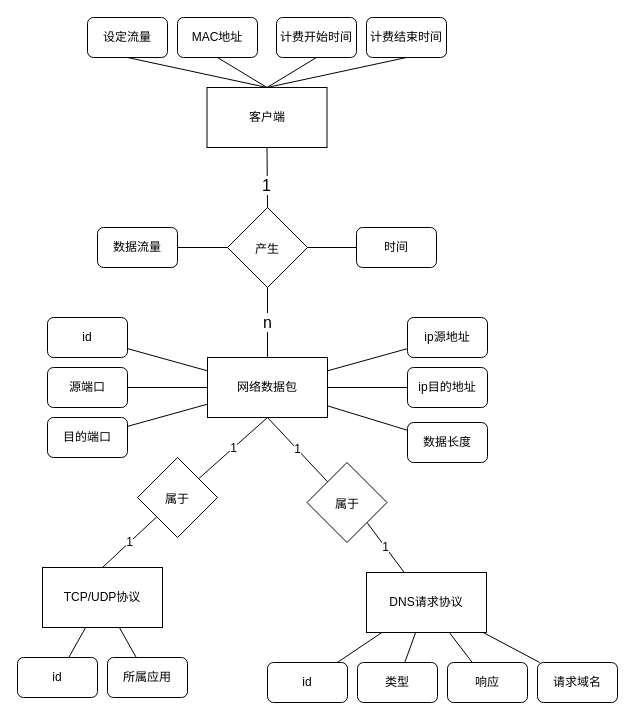
Above: 大作业_bandwidth.drawio in VA1ue-0268/-ER- (draw.io), before the change. Source tidied: cells renumbered, new cells numbered last; positions are measured from the earlier drawing's top-left corner, leaving out a move shared by most shapes. Both pictures are drawn from the tidied source at 100%, with x=0, y=0 at pixel (17, 17).
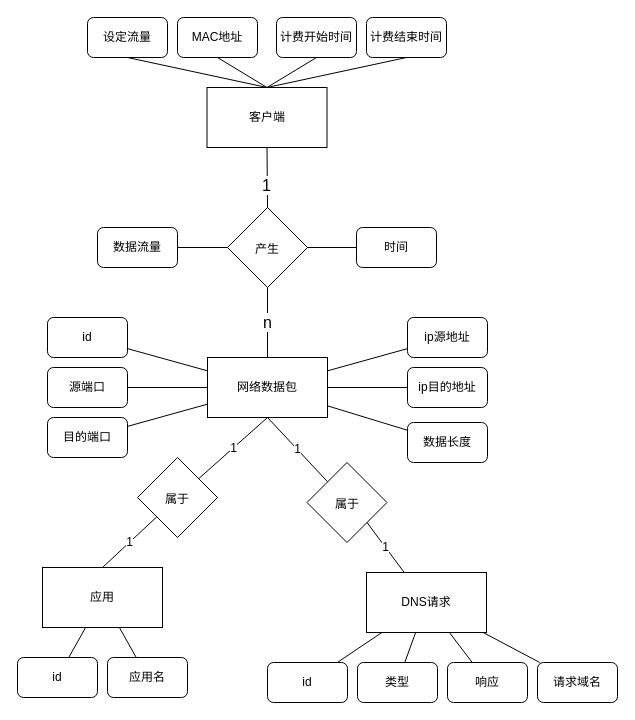
The same diagram, later.

Commit message:
更新大作业_bandwidth.drawio

The edit, as a diff of the source:
```diff
@@
-    <mxCell id="30" value="TCP/UDP协议" style="rounded=0;whiteSpace=wrap;html=1;fontSize=12;" parent="1" vertex="1">
+    <mxCell id="30" value="应用" style="rounded=0;whiteSpace=wrap;html=1;fontSize=12;" parent="1" vertex="1">
       <mxGeometry x="25" y="550" width="120" height="60" as="geometry" />
     </mxCell>
@@
-    <mxCell id="32" value="DNS请求协议" style="rounded=0;whiteSpace=wrap;html=1;fontSize=12;" parent="1" vertex="1">
+    <mxCell id="32" value="DNS请求" style="rounded=0;whiteSpace=wrap;html=1;fontSize=12;" parent="1" vertex="1">
       <mxGeometry x="349" y="555" width="120" height="60" as="geometry" />
     </mxCell>
@@
-    <mxCell id="34" value="所属应用" style="rounded=1;whiteSpace=wrap;html=1;" parent="1" vertex="1">
+    <mxCell id="34" value="应用名" style="rounded=1;whiteSpace=wrap;html=1;" parent="1" vertex="1">
       <mxGeometry x="90" y="640" width="80" height="40" as="geometry" />
     </mxCell>
```
